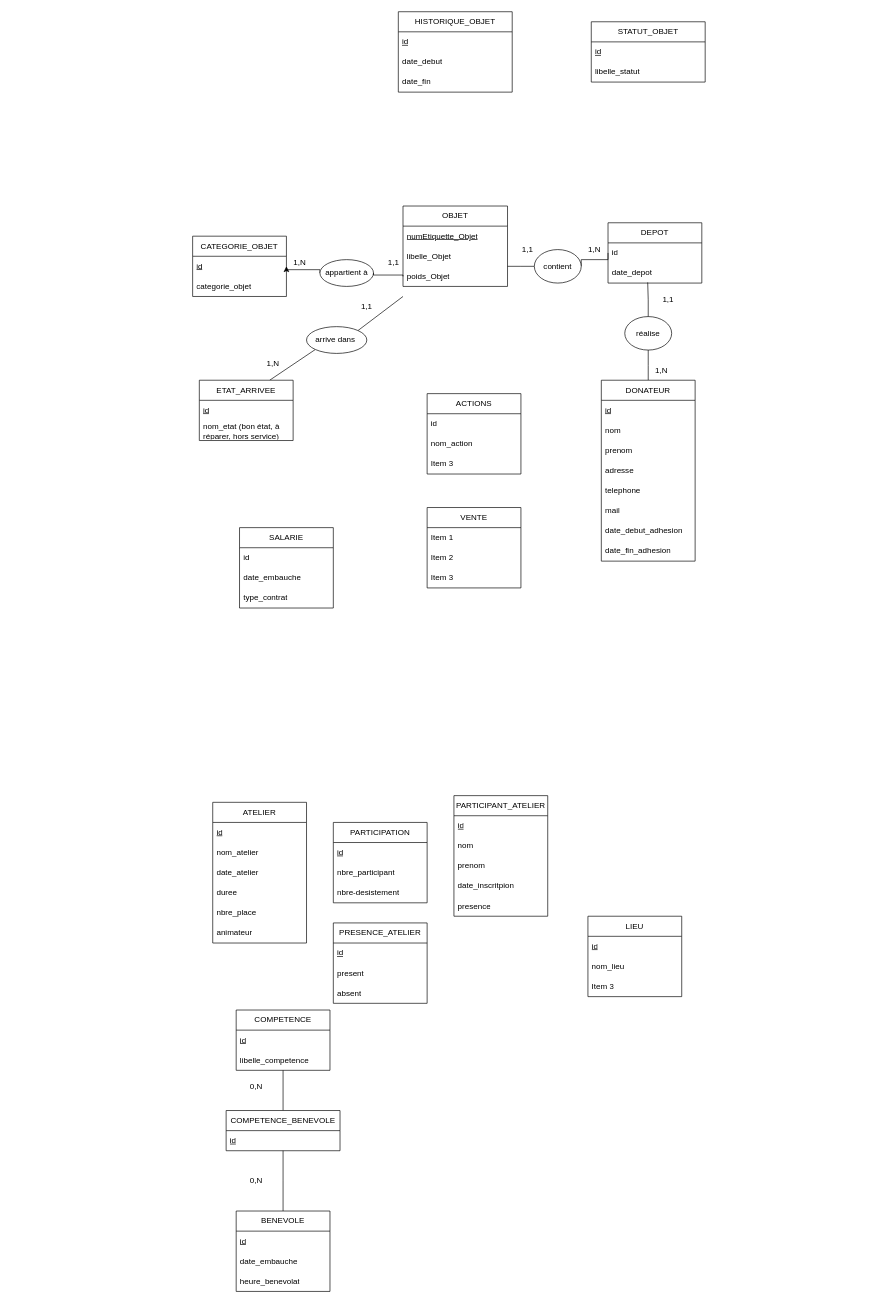
Earlier version of the draw.io diagram schema_EA_adatabase.drawio (gdiaby2403/repo1). Source tidied: cells renumbered, new cells numbered last; positions are measured from the earlier drawing's top-left corner, leaving out a move shared by most shapes. Both pictures are drawn from the tidied source at 67%, with x=0, y=0 at pixel (192, 11).
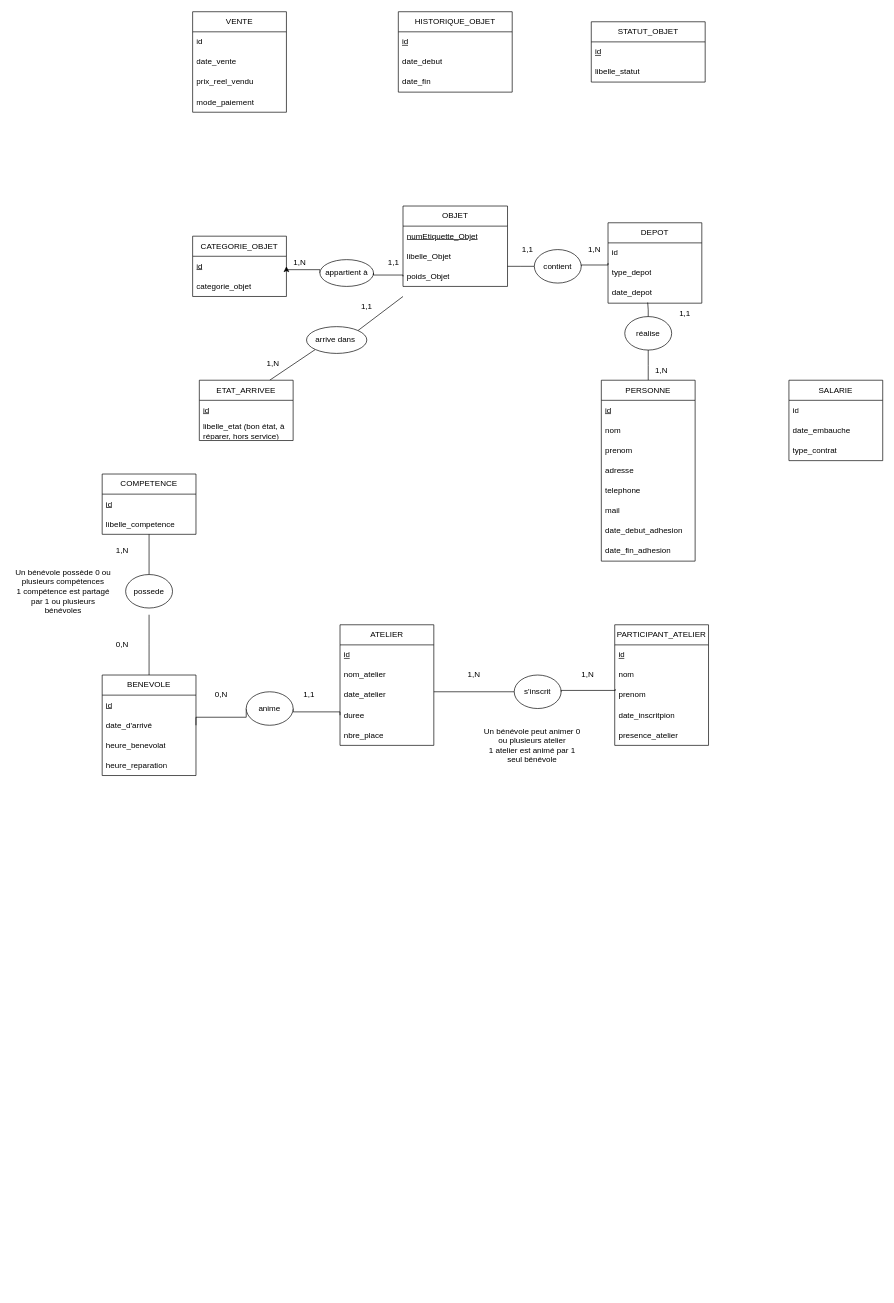
After the change.

Commit message (it also covers changes not shown here):
Mettre à jour schema_EA_adatabase.drawio

The change refers to these unchanged cells:
```xml
<mxCell id="14" value="date_atelier" style="text;strokeColor=none;fillColor=none;align=left;verticalAlign=middle;spacingLeft=4;spacingRight=4;overflow=hidden;points=[[0,0.5],[1,0.5]];portConstraint=eastwest;whiteSpace=wrap;html=1;" parent="11" vertex="1">
  <mxGeometry y="90" width="140" height="30" as="geometry" />
</mxCell>
<mxCell id="15" value="duree" style="text;strokeColor=none;fillColor=none;align=left;verticalAlign=middle;spacingLeft=4;spacingRight=4;overflow=hidden;points=[[0,0.5],[1,0.5]];portConstraint=eastwest;whiteSpace=wrap;html=1;" parent="11" vertex="1">
  <mxGeometry y="120" width="140" height="30" as="geometry" />
</mxCell>
<mxCell id="30" value="ETAT_ARRIVEE" style="swimlane;fontStyle=0;horizontal=1;startSize=30;whiteSpace=wrap;html=1;" parent="1" vertex="1">
  <mxGeometry x="10" y="550" width="140" height="90" as="geometry" />
</mxCell>
<mxCell id="48" value="prenom" style="text;strokeColor=none;fillColor=none;align=left;verticalAlign=middle;spacingLeft=4;spacingRight=4;overflow=hidden;points=[[0,0.5],[1,0.5]];portConstraint=eastwest;whiteSpace=wrap;html=1;" parent="45" vertex="1">
  <mxGeometry y="90" width="140" height="30" as="geometry" />
</mxCell>
```

Change to the diagram source:
```diff
@@
-    <mxCell id="2" value="LIEU" style="swimlane;fontStyle=0;horizontal=1;startSize=30;whiteSpace=wrap;html=1;" parent="1" vertex="1">
-      <mxGeometry x="590" y="1350" width="140" height="120" as="geometry" />
-    </mxCell>
-    <mxCell id="3" value="&lt;u&gt;id&lt;/u&gt;" style="text;strokeColor=none;fillColor=none;align=left;verticalAlign=middle;spacingLeft=4;spacingRight=4;overflow=hidden;whiteSpace=wrap;html=1;" parent="2" vertex="1">
-      <mxGeometry y="30" width="140" height="30" as="geometry" />
-    </mxCell>
-    <mxCell id="4" value="nom_lieu" style="text;strokeColor=none;fillColor=none;align=left;verticalAlign=middle;spacingLeft=4;spacingRight=4;overflow=hidden;whiteSpace=wrap;html=1;" parent="2" vertex="1">
-      <mxGeometry y="60" width="140" height="30" as="geometry" />
-    </mxCell>
-    <mxCell id="5" value="Item 3" style="text;strokeColor=none;fillColor=none;align=left;verticalAlign=middle;spacingLeft=4;spacingRight=4;overflow=hidden;whiteSpace=wrap;html=1;" parent="2" vertex="1">
-      <mxGeometry y="90" width="140" height="30" as="geometry" />
-    </mxCell>
@@
     <mxCell id="11" value="ATELIER" style="swimlane;fontStyle=0;horizontal=1;startSize=30;whiteSpace=wrap;html=1;" parent="1" vertex="1">
-      <mxGeometry x="30" y="1180" width="140" height="210" as="geometry" />
+      <mxGeometry x="220" y="915" width="140" height="180" as="geometry" />
     </mxCell>
@@
-    <mxCell id="17" value="animateur" style="text;strokeColor=none;fillColor=none;align=left;verticalAlign=middle;spacingLeft=4;spacingRight=4;overflow=hidden;whiteSpace=wrap;html=1;" parent="11" vertex="1">
-      <mxGeometry y="180" width="140" height="30" as="geometry" />
-    </mxCell>
+    <mxCell id="101" style="edgeStyle=elbowEdgeStyle;shape=wire;rounded=0;jettySize=auto;elbow=vertical;html=1;exitX=1;exitY=0.5;exitDx=0;exitDy=0;entryX=0;entryY=0.5;entryDx=0;entryDy=0;dashed=1;endArrow=none;endFill=0;" parent="1" edge="1" source="106" target="15">
+      <mxGeometry relative="1" as="geometry" />
+    </mxCell>
     <mxCell id="18" value="BENEVOLE" style="swimlane;fontStyle=0;horizontal=1;startSize=30;whiteSpace=wrap;html=1;" parent="1" vertex="1">
-      <mxGeometry x="65" y="1790" width="140" height="120" as="geometry" />
+      <mxGeometry x="-135" y="990" width="140" height="150" as="geometry" />
     </mxCell>
@@
-    <mxCell id="20" value="date_embauche" style="text;strokeColor=none;fillColor=none;align=left;verticalAlign=middle;spacingLeft=4;spacingRight=4;overflow=hidden;whiteSpace=wrap;html=1;" parent="18" vertex="1">
+    <mxCell id="20" value="date_d'arrivé" style="text;strokeColor=none;fillColor=none;align=left;verticalAlign=middle;spacingLeft=4;spacingRight=4;overflow=hidden;whiteSpace=wrap;html=1;" parent="18" vertex="1">
       <mxGeometry y="60" width="140" height="30" as="geometry" />
     </mxCell>
+    <mxCell id="102" value="heure_benevolat" style="text;strokeColor=none;fillColor=none;align=left;verticalAlign=middle;spacingLeft=4;spacingRight=4;overflow=hidden;whiteSpace=wrap;html=1;" parent="18" vertex="1">
+      <mxGeometry y="90" width="140" height="30" as="geometry" />
+    </mxCell>
-    <mxCell id="21" value="heure_benevolat" style="text;strokeColor=none;fillColor=none;align=left;verticalAlign=middle;spacingLeft=4;spacingRight=4;overflow=hidden;whiteSpace=wrap;html=1;" parent="18" vertex="1">
-      <mxGeometry y="90" width="140" height="30" as="geometry" />
+    <mxCell id="21" value="heure_reparation" style="text;strokeColor=none;fillColor=none;align=left;verticalAlign=middle;spacingLeft=4;spacingRight=4;overflow=hidden;whiteSpace=wrap;html=1;" parent="18" vertex="1">
+      <mxGeometry y="120" width="140" height="30" as="geometry" />
     </mxCell>
@@
-    <mxCell id="32" value="nom_etat (bon état, à réparer, hors service)" style="text;strokeColor=none;fillColor=none;align=left;verticalAlign=middle;spacingLeft=4;spacingRight=4;overflow=hidden;whiteSpace=wrap;html=1;" parent="30" vertex="1">
+    <mxCell id="32" value="libelle_etat (bon état, à réparer, hors service)" style="text;strokeColor=none;fillColor=none;align=left;verticalAlign=middle;spacingLeft=4;spacingRight=4;overflow=hidden;whiteSpace=wrap;html=1;" parent="30" vertex="1">
       <mxGeometry y="60" width="140" height="30" as="geometry" />
     </mxCell>
-    <mxCell id="33" value="ACTIONS" style="swimlane;fontStyle=0;horizontal=1;startSize=30;whiteSpace=wrap;html=1;" parent="1" vertex="1">
-      <mxGeometry x="350" y="570" width="140" height="120" as="geometry" />
-    </mxCell>
-    <mxCell id="34" value="id" style="text;strokeColor=none;fillColor=none;align=left;verticalAlign=middle;spacingLeft=4;spacingRight=4;overflow=hidden;whiteSpace=wrap;html=1;" parent="33" vertex="1">
-      <mxGeometry y="30" width="140" height="30" as="geometry" />
-    </mxCell>
-    <mxCell id="35" value="nom_action" style="text;strokeColor=none;fillColor=none;align=left;verticalAlign=middle;spacingLeft=4;spacingRight=4;overflow=hidden;whiteSpace=wrap;html=1;" parent="33" vertex="1">
-      <mxGeometry y="60" width="140" height="30" as="geometry" />
-    </mxCell>
-    <mxCell id="36" value="Item 3" style="text;strokeColor=none;fillColor=none;align=left;verticalAlign=middle;spacingLeft=4;spacingRight=4;overflow=hidden;whiteSpace=wrap;html=1;" parent="33" vertex="1">
-      <mxGeometry y="90" width="140" height="30" as="geometry" />
-    </mxCell>
-    <mxCell id="37" style="shape=wire;rounded=0;jettySize=auto;elbow=vertical;html=1;exitX=0.5;exitY=1;exitDx=0;exitDy=0;entryX=0.5;entryY=0;entryDx=0;entryDy=0;dashed=1;endArrow=none;endFill=0;" parent="1" edge="1" source="38" target="78">
-      <mxGeometry relative="1" as="geometry" />
+    <mxCell id="37" style="shape=wire;rounded=0;jettySize=auto;elbow=vertical;html=1;exitX=0.5;exitY=1;exitDx=0;exitDy=0;entryX=0.5;entryY=0;entryDx=0;entryDy=0;dashed=1;endArrow=none;endFill=0;" parent="1" edge="1" source="38">
+      <mxGeometry relative="1" as="geometry">
+        <mxPoint x="-65" y="840" as="targetPoint" />
+      </mxGeometry>
     </mxCell>
     <mxCell id="38" value="COMPETENCE" style="swimlane;fontStyle=0;horizontal=1;startSize=30;whiteSpace=wrap;html=1;" parent="1" vertex="1">
-      <mxGeometry x="65" y="1490" width="140" height="90" as="geometry" />
+      <mxGeometry x="-135" y="690" width="140" height="90" as="geometry" />
     </mxCell>
@@
     <mxCell id="42" value="DEPOT" style="swimlane;fontStyle=0;horizontal=1;startSize=30;whiteSpace=wrap;html=1;" parent="1" vertex="1">
-      <mxGeometry x="620" y="315" width="140" height="90" as="geometry" />
+      <mxGeometry x="620" y="315" width="140" height="120" as="geometry" />
     </mxCell>
@@
+    <mxCell id="103" value="type_depot" style="text;strokeColor=none;fillColor=none;align=left;verticalAlign=middle;spacingLeft=4;spacingRight=4;overflow=hidden;whiteSpace=wrap;html=1;" parent="42" vertex="1">
+      <mxGeometry y="60" width="140" height="30" as="geometry" />
+    </mxCell>
     <mxCell id="44" value="date_depot" style="text;strokeColor=none;fillColor=none;align=left;verticalAlign=middle;spacingLeft=4;spacingRight=4;overflow=hidden;points=[[0,0.5],[1,0.5]];portConstraint=eastwest;whiteSpace=wrap;html=1;" parent="42" vertex="1">
-      <mxGeometry y="60" width="140" height="30" as="geometry" />
+      <mxGeometry y="90" width="140" height="30" as="geometry" />
     </mxCell>
     <mxCell id="45" value="PARTICIPANT_ATELIER" style="swimlane;fontStyle=0;horizontal=1;startSize=30;whiteSpace=wrap;html=1;" parent="1" vertex="1">
-      <mxGeometry x="390" y="1170" width="140" height="180" as="geometry" />
+      <mxGeometry x="630" y="915" width="140" height="180" as="geometry" />
     </mxCell>
@@
-    <mxCell id="50" value="presence" style="text;strokeColor=none;fillColor=none;align=left;verticalAlign=middle;spacingLeft=4;spacingRight=4;overflow=hidden;whiteSpace=wrap;html=1;" parent="45" vertex="1">
+    <mxCell id="50" value="presence_atelier" style="text;strokeColor=none;fillColor=none;align=left;verticalAlign=middle;spacingLeft=4;spacingRight=4;overflow=hidden;whiteSpace=wrap;html=1;" parent="45" vertex="1">
       <mxGeometry y="150" width="140" height="30" as="geometry" />
     </mxCell>
     <mxCell id="51" value="VENTE" style="swimlane;fontStyle=0;horizontal=1;startSize=30;whiteSpace=wrap;html=1;" parent="1" vertex="1">
-      <mxGeometry x="350" y="740" width="140" height="120" as="geometry" />
+      <mxGeometry width="140" height="150" as="geometry" />
     </mxCell>
-    <mxCell id="52" value="Item 1" style="text;strokeColor=none;fillColor=none;align=left;verticalAlign=middle;spacingLeft=4;spacingRight=4;overflow=hidden;whiteSpace=wrap;html=1;" parent="51" vertex="1">
+    <mxCell id="52" value="id" style="text;strokeColor=none;fillColor=none;align=left;verticalAlign=middle;spacingLeft=4;spacingRight=4;overflow=hidden;whiteSpace=wrap;html=1;" parent="51" vertex="1">
       <mxGeometry y="30" width="140" height="30" as="geometry" />
     </mxCell>
-    <mxCell id="53" value="Item 2" style="text;strokeColor=none;fillColor=none;align=left;verticalAlign=middle;spacingLeft=4;spacingRight=4;overflow=hidden;whiteSpace=wrap;html=1;" parent="51" vertex="1">
+    <mxCell id="53" value="date_vente" style="text;strokeColor=none;fillColor=none;align=left;verticalAlign=middle;spacingLeft=4;spacingRight=4;overflow=hidden;whiteSpace=wrap;html=1;" parent="51" vertex="1">
       <mxGeometry y="60" width="140" height="30" as="geometry" />
     </mxCell>
+    <mxCell id="104" value="prix_reel_vendu" style="text;strokeColor=none;fillColor=none;align=left;verticalAlign=middle;spacingLeft=4;spacingRight=4;overflow=hidden;whiteSpace=wrap;html=1;" parent="51" vertex="1">
+      <mxGeometry y="90" width="140" height="30" as="geometry" />
+    </mxCell>
-    <mxCell id="54" value="Item 3" style="text;strokeColor=none;fillColor=none;align=left;verticalAlign=middle;spacingLeft=4;spacingRight=4;overflow=hidden;whiteSpace=wrap;html=1;" parent="51" vertex="1">
-      <mxGeometry y="90" width="140" height="30" as="geometry" />
+    <mxCell id="54" value="mode_paiement" style="text;strokeColor=none;fillColor=none;align=left;verticalAlign=middle;spacingLeft=4;spacingRight=4;overflow=hidden;whiteSpace=wrap;html=1;" parent="51" vertex="1">
+      <mxGeometry y="120" width="140" height="30" as="geometry" />
     </mxCell>
-    <mxCell id="55" value="PARTICIPATION" style="swimlane;fontStyle=0;horizontal=1;startSize=30;whiteSpace=wrap;html=1;" parent="1" vertex="1">
-      <mxGeometry x="210" y="1210" width="140" height="120" as="geometry" />
-    </mxCell>
-    <mxCell id="56" value="&lt;u&gt;id&lt;/u&gt;" style="text;strokeColor=none;fillColor=none;align=left;verticalAlign=middle;spacingLeft=4;spacingRight=4;overflow=hidden;whiteSpace=wrap;html=1;" parent="55" vertex="1">
-      <mxGeometry y="30" width="140" height="30" as="geometry" />
-    </mxCell>
-    <mxCell id="57" value="nbre_participant" style="text;strokeColor=none;fillColor=none;align=left;verticalAlign=middle;spacingLeft=4;spacingRight=4;overflow=hidden;whiteSpace=wrap;html=1;" parent="55" vertex="1">
-      <mxGeometry y="60" width="140" height="30" as="geometry" />
-    </mxCell>
-    <mxCell id="58" value="nbre-desistement" style="text;strokeColor=none;fillColor=none;align=left;verticalAlign=middle;spacingLeft=4;spacingRight=4;overflow=hidden;whiteSpace=wrap;html=1;" parent="55" vertex="1">
-      <mxGeometry y="90" width="140" height="30" as="geometry" />
-    </mxCell>
-    <mxCell id="59" value="PRESENCE_ATELIER" style="swimlane;fontStyle=0;horizontal=1;startSize=30;whiteSpace=wrap;html=1;" parent="1" vertex="1">
-      <mxGeometry x="210" y="1360" width="140" height="120" as="geometry" />
-    </mxCell>
-    <mxCell id="60" value="&lt;u&gt;id&lt;/u&gt;" style="text;strokeColor=none;fillColor=none;align=left;verticalAlign=middle;spacingLeft=4;spacingRight=4;overflow=hidden;whiteSpace=wrap;html=1;" parent="59" vertex="1">
-      <mxGeometry y="30" width="140" height="30" as="geometry" />
-    </mxCell>
-    <mxCell id="61" value="present" style="text;strokeColor=none;fillColor=none;align=left;verticalAlign=middle;spacingLeft=4;spacingRight=4;overflow=hidden;whiteSpace=wrap;html=1;" parent="59" vertex="1">
-      <mxGeometry y="60" width="140" height="30" as="geometry" />
-    </mxCell>
-    <mxCell id="62" value="absent" style="text;strokeColor=none;fillColor=none;align=left;verticalAlign=middle;spacingLeft=4;spacingRight=4;overflow=hidden;whiteSpace=wrap;html=1;" parent="59" vertex="1">
-      <mxGeometry y="90" width="140" height="30" as="geometry" />
-    </mxCell>
@@
-    <mxCell id="64" value="DONATEUR" style="swimlane;fontStyle=0;horizontal=1;startSize=30;whiteSpace=wrap;html=1;" parent="1" vertex="1">
+    <mxCell id="64" value="PERSONNE" style="swimlane;fontStyle=0;horizontal=1;startSize=30;whiteSpace=wrap;html=1;" parent="1" vertex="1">
       <mxGeometry x="610" y="550" width="140" height="270" as="geometry" />
     </mxCell>
@@
     <mxCell id="73" value="SALARIE" style="swimlane;fontStyle=0;horizontal=1;startSize=30;whiteSpace=wrap;html=1;" parent="1" vertex="1">
-      <mxGeometry x="70" y="770" width="140" height="120" as="geometry" />
+      <mxGeometry x="890" y="550" width="140" height="120" as="geometry" />
     </mxCell>
@@
-    <mxCell id="77" style="edgeStyle=elbowEdgeStyle;shape=wire;rounded=0;jettySize=auto;elbow=vertical;html=1;exitX=0.5;exitY=1;exitDx=0;exitDy=0;entryX=0.5;entryY=0;entryDx=0;entryDy=0;dashed=1;endArrow=none;endFill=0;" parent="1" edge="1" source="78" target="18">
-      <mxGeometry relative="1" as="geometry" />
+    <mxCell id="77" style="edgeStyle=elbowEdgeStyle;shape=wire;rounded=0;jettySize=auto;elbow=vertical;html=1;exitX=0.5;exitY=1;exitDx=0;exitDy=0;entryX=0.5;entryY=0;entryDx=0;entryDy=0;dashed=1;endArrow=none;endFill=0;" parent="1" edge="1" target="18">
+      <mxGeometry relative="1" as="geometry">
+        <mxPoint x="-65" y="900" as="sourcePoint" />
+      </mxGeometry>
     </mxCell>
-    <mxCell id="78" value="COMPETENCE_BENEVOLE" style="swimlane;fontStyle=0;horizontal=1;startSize=30;whiteSpace=wrap;html=1;" parent="1" vertex="1">
-      <mxGeometry x="50" y="1640" width="170" height="60" as="geometry" />
-    </mxCell>
-    <mxCell id="79" value="&lt;u&gt;id&lt;/u&gt;" style="text;strokeColor=none;fillColor=none;align=left;verticalAlign=middle;spacingLeft=4;spacingRight=4;overflow=hidden;whiteSpace=wrap;html=1;" parent="78" vertex="1">
-      <mxGeometry y="30" width="170" height="30" as="geometry" />
-    </mxCell>
     <mxCell id="80" value="0,N" style="text;html=1;whiteSpace=wrap;strokeColor=none;fillColor=none;align=center;verticalAlign=middle;rounded=0;" parent="1" vertex="1">
-      <mxGeometry x="65" y="1730" width="60" height="30" as="geometry" />
+      <mxGeometry x="-135" y="930" width="60" height="30" as="geometry" />
     </mxCell>
-    <mxCell id="81" value="0,N" style="text;html=1;whiteSpace=wrap;strokeColor=none;fillColor=none;align=center;verticalAlign=middle;rounded=0;" parent="1" vertex="1">
-      <mxGeometry x="65" y="1590" width="60" height="30" as="geometry" />
+    <mxCell id="81" value="1,N" style="text;html=1;whiteSpace=wrap;strokeColor=none;fillColor=none;align=center;verticalAlign=middle;rounded=0;" parent="1" vertex="1">
+      <mxGeometry x="-135" y="790" width="60" height="30" as="geometry" />
     </mxCell>
@@
     <mxCell id="97" value="1,1" style="text;html=1;whiteSpace=wrap;strokeColor=none;fillColor=none;align=center;verticalAlign=middle;rounded=0;" parent="1" vertex="1">
-      <mxGeometry x="680" y="415" width="60" height="30" as="geometry" />
+      <mxGeometry x="705" y="435" width="60" height="30" as="geometry" />
     </mxCell>
@@
+    <mxCell id="105" style="edgeStyle=elbowEdgeStyle;shape=wire;rounded=0;jettySize=auto;elbow=vertical;html=1;exitX=1;exitY=0.5;exitDx=0;exitDy=0;entryX=0;entryY=0.5;entryDx=0;entryDy=0;dashed=1;endArrow=none;endFill=0;" parent="1" edge="1" source="18" target="106">
+      <mxGeometry relative="1" as="geometry" />
+    </mxCell>
+    <mxCell id="106" value="anime" style="ellipse;whiteSpace=wrap;html=1;shapeInside=1;" parent="1" vertex="1">
+      <mxGeometry x="80" y="1015" width="70" height="50" as="geometry" />
+    </mxCell>
+    <mxCell id="107" value="0,N" style="text;html=1;whiteSpace=wrap;strokeColor=none;fillColor=none;align=center;verticalAlign=middle;rounded=0;" parent="1" vertex="1">
+      <mxGeometry x="13" y="1005" width="60" height="30" as="geometry" />
+    </mxCell>
+    <mxCell id="108" value="1,1" style="text;html=1;whiteSpace=wrap;strokeColor=none;fillColor=none;align=center;verticalAlign=middle;rounded=0;" parent="1" vertex="1">
+      <mxGeometry x="144" y="1005" width="60" height="30" as="geometry" />
+    </mxCell>
+    <mxCell id="109" value="Un bénévole peut animer 0 ou plusieurs atelier&lt;br&gt;1 atelier est animé par 1 seul bénévole" style="text;html=1;whiteSpace=wrap;strokeColor=none;fillColor=none;align=center;verticalAlign=middle;rounded=0;" parent="1" vertex="1">
+      <mxGeometry x="430" y="1080" width="154" height="30" as="geometry" />
+    </mxCell>
+    <mxCell id="110" value="possede" style="ellipse;whiteSpace=wrap;html=1;shapeInside=1;" parent="1" vertex="1">
+      <mxGeometry x="-100" y="840" width="70" height="50" as="geometry" />
+    </mxCell>
+    <mxCell id="111" value="Un bénévole possède 0 ou plusieurs compétences&lt;br&gt;1 compétence est partagé par 1 ou plusieurs bénévoles" style="text;html=1;whiteSpace=wrap;strokeColor=none;fillColor=none;align=center;verticalAlign=middle;rounded=0;" parent="1" vertex="1">
+      <mxGeometry x="-270" y="850" width="154" height="30" as="geometry" />
+    </mxCell>
+    <mxCell id="112" style="edgeStyle=elbowEdgeStyle;shape=wire;rounded=0;jettySize=auto;elbow=vertical;html=1;exitX=0;exitY=0.5;exitDx=0;exitDy=0;dashed=1;endArrow=none;endFill=0;" parent="1" edge="1" source="113" target="14">
+      <mxGeometry relative="1" as="geometry" />
+    </mxCell>
+    <mxCell id="113" value="s'inscrit" style="ellipse;whiteSpace=wrap;html=1;shapeInside=1;" parent="1" vertex="1">
+      <mxGeometry x="480" y="990" width="70" height="50" as="geometry" />
+    </mxCell>
+    <mxCell id="114" style="edgeStyle=elbowEdgeStyle;shape=wire;rounded=0;jettySize=auto;elbow=vertical;html=1;exitX=1;exitY=0.5;exitDx=0;exitDy=0;entryX=0.006;entryY=0.202;entryDx=0;entryDy=0;entryPerimeter=0;dashed=1;endArrow=none;endFill=0;" parent="1" edge="1" source="113" target="48">
+      <mxGeometry relative="1" as="geometry" />
+    </mxCell>
+    <mxCell id="115" value="1,N" style="text;html=1;whiteSpace=wrap;strokeColor=none;fillColor=none;align=center;verticalAlign=middle;rounded=0;" parent="1" vertex="1">
+      <mxGeometry x="560" y="975" width="60" height="30" as="geometry" />
+    </mxCell>
+    <mxCell id="116" value="1,N" style="text;html=1;whiteSpace=wrap;strokeColor=none;fillColor=none;align=center;verticalAlign=middle;rounded=0;" parent="1" vertex="1">
+      <mxGeometry x="390" y="975" width="60" height="30" as="geometry" />
+    </mxCell>
```
